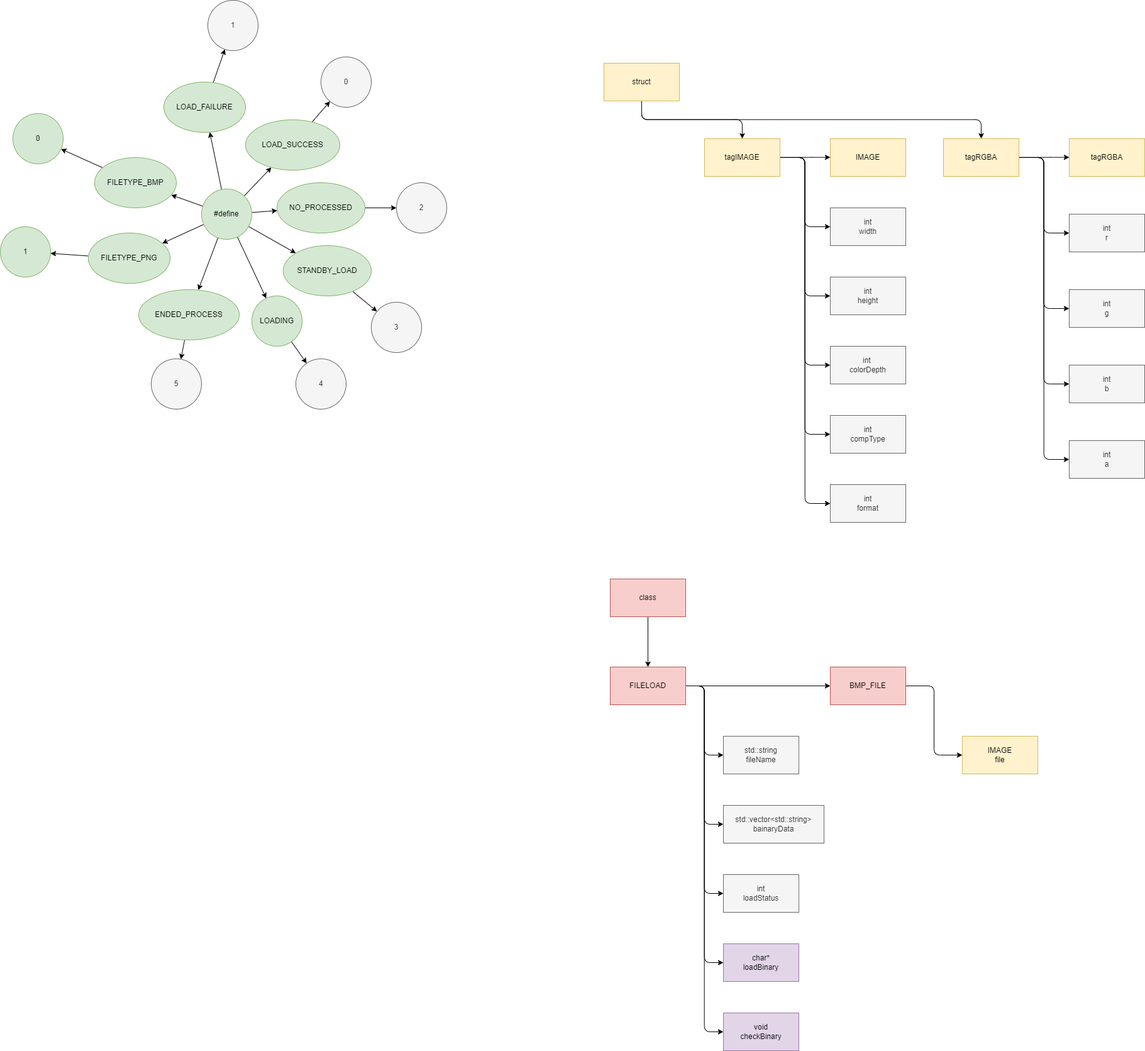
This is drawio/files/load/h.drawio.png from Tanso-mct/GLPA, a draw.io export, as it was before one commit. Source tidied: cells renumbered, new cells last; positions are measured from the earlier drawing's top-left corner, leaving out a move shared by most shapes.
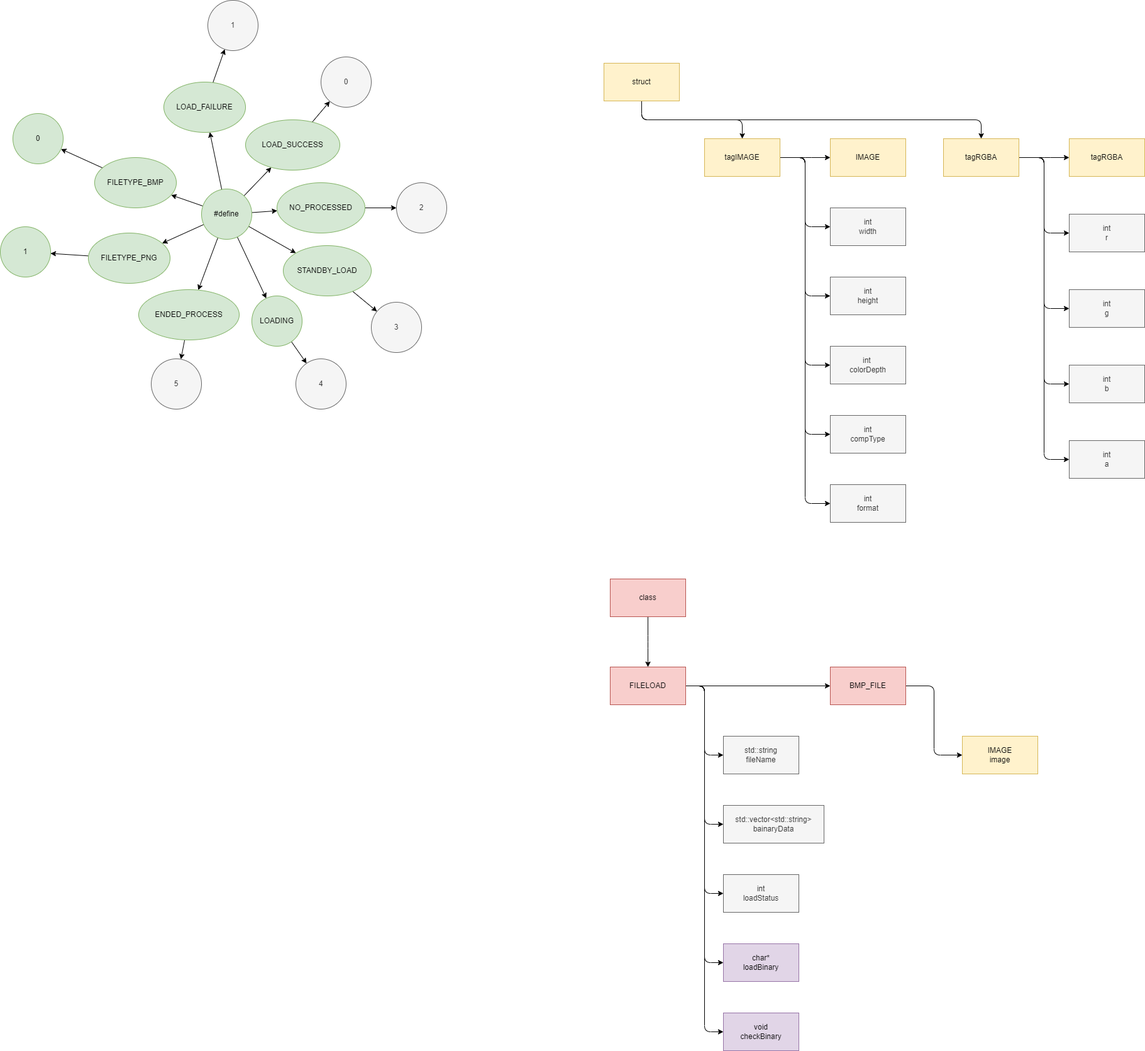
The same diagram one commit later.

Diff of the diagram source:
```diff
@@ -151,7 +151,7 @@
     <mxCell id="44" value="1" style="ellipse;whiteSpace=wrap;html=1;fillColor=#d5e8d4;strokeColor=#82b366;" parent="1" vertex="1">
       <mxGeometry y="437" width="80" height="80" as="geometry" />
     </mxCell>
-    <mxCell id="45" style="edgeStyle=none;html=1;fontFamily=Helvetica;fontSize=12;fontColor=#333333;" parent="1" edge="1" target="x">
+    <mxCell id="45" style="edgeStyle=none;html=1;fontFamily=Helvetica;fontSize=12;fontColor=#333333;" parent="1" edge="1">
       <mxGeometry relative="1" as="geometry">
         <mxPoint x="1199.2" y="0.4" as="sourcePoint" />
       </mxGeometry>
@@ -204,7 +204,7 @@
     <mxCell id="61" value="std::vector&amp;lt;std::string&amp;gt;&lt;br&gt;bainaryData" style="whiteSpace=wrap;html=1;strokeColor=#666666;fontFamily=Helvetica;fontSize=12;fontColor=#333333;fillColor=#f5f5f5;" parent="1" vertex="1">
       <mxGeometry x="1150" y="1357" width="160" height="60" as="geometry" />
     </mxCell>
-    <mxCell id="62" value="IMAGE&lt;br&gt;file" style="whiteSpace=wrap;html=1;fillColor=#fff2cc;strokeColor=#d6b656;fontFamily=Helvetica;fontSize=12;" parent="1" vertex="1">
+    <mxCell id="62" value="IMAGE&lt;br&gt;image" style="whiteSpace=wrap;html=1;fillColor=#fff2cc;strokeColor=#d6b656;fontFamily=Helvetica;fontSize=12;" parent="1" vertex="1">
       <mxGeometry x="1530" y="1247" width="120" height="60" as="geometry" />
     </mxCell>
     <mxCell id="63" style="edgeStyle=elbowEdgeStyle;html=1;fontFamily=Helvetica;fontSize=12;fontColor=#333333;elbow=vertical;" parent="1" edge="1" source="65" target="72">
```
